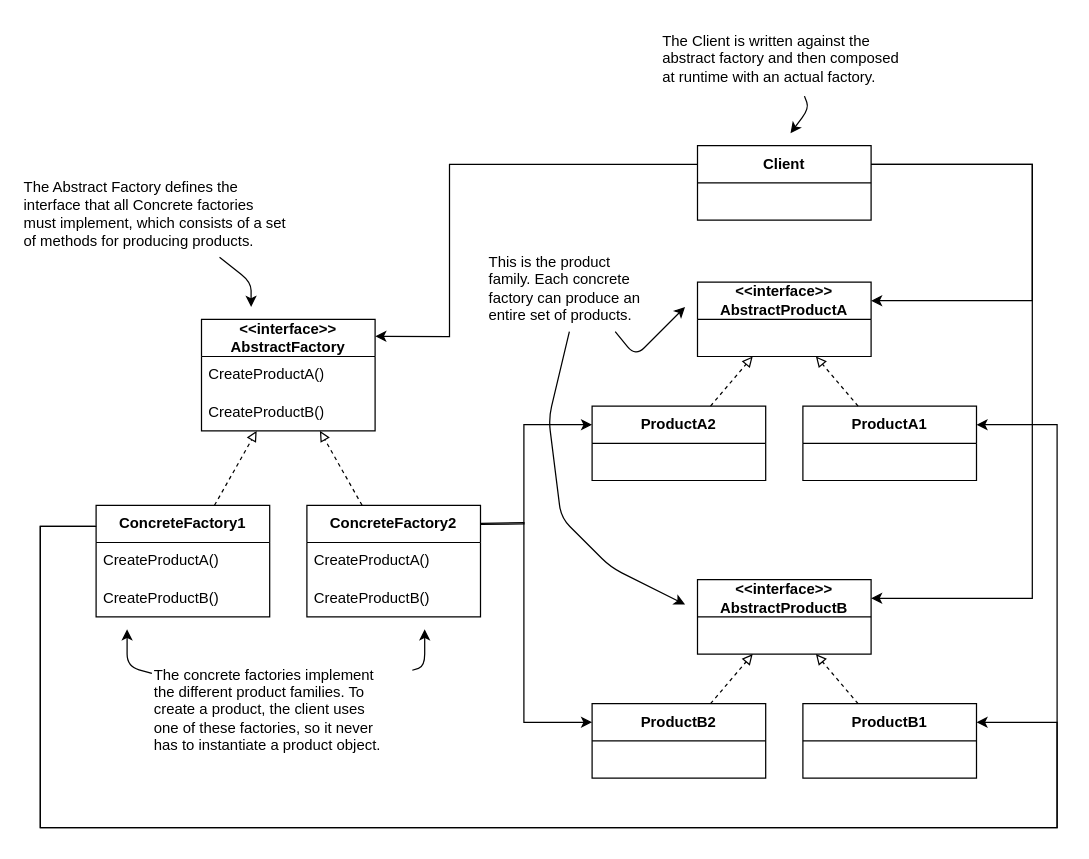
The draw.io diagram head-first-design-patterns/diagrams/04_05_abstract_factory_pattern.drawio in huyurt/book-summary, before the edit. Source tidied: cells renumbered, new cells numbered last; positions are measured from the earlier drawing's top-left corner, leaving out a move shared by most shapes. Both pictures are drawn from the tidied source at 124%, with x=0, y=0 at pixel (21, 21).
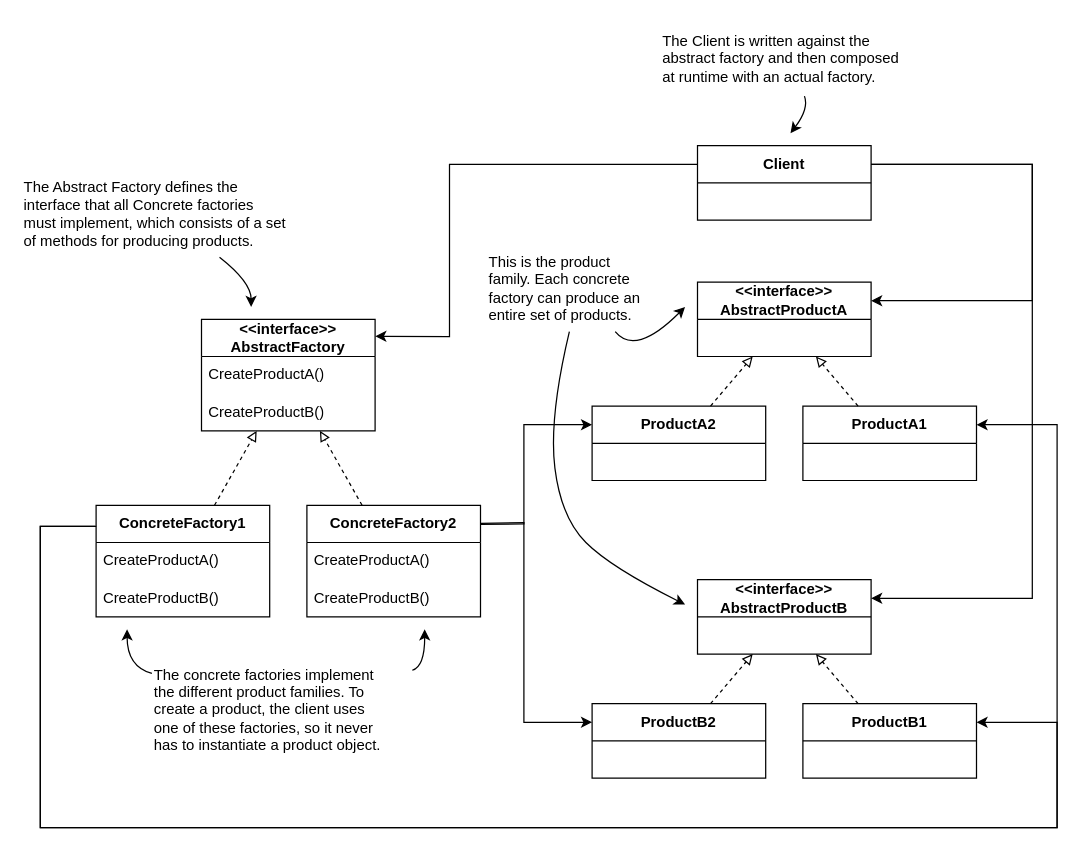
Above is the later version.

The change refers to these unchanged cells:
```xml
<mxCell id="31" value="&lt;div&gt;The Abstract Factory defines the&lt;/div&gt;&lt;div&gt;interface that all Concrete factories&lt;/div&gt;&lt;div&gt;must implement, which consists of a set&lt;/div&gt;&lt;div&gt;of methods for producing products.&lt;/div&gt;" style="text;html=1;align=left;verticalAlign=middle;points=[];strokeColor=none;fillColor=none;" parent="1" vertex="1">
  <mxGeometry y="120" width="230" height="70" as="geometry" />
</mxCell>
<mxCell id="33" value="&lt;div&gt;The Client is written against the&lt;/div&gt;&lt;div&gt;abstract factory and then composed&lt;/div&gt;&lt;div&gt;at runtime with an actual factory.&lt;/div&gt;" style="text;html=1;align=left;verticalAlign=middle;points=[];strokeColor=none;fillColor=none;" parent="1" vertex="1">
  <mxGeometry x="515" width="210" height="60" as="geometry" />
</mxCell>
<mxCell id="35" value="This is the product&#10;family. Each concrete&#10;factory can produce an&#10;entire set of products." style="text;html=1;align=left;verticalAlign=middle;points=[];strokeColor=none;fillColor=none;" parent="1" vertex="1">
  <mxGeometry x="375" y="180" width="150" height="70" as="geometry" />
</mxCell>
<mxCell id="38" value="&lt;div&gt;The concrete factories implement&lt;/div&gt;&lt;div&gt;the different product families. To&lt;/div&gt;&lt;div&gt;create a product, the client uses&lt;/div&gt;&lt;div&gt;one of these factories, so it never&lt;/div&gt;&lt;div&gt;has to instantiate a product object.&lt;/div&gt;" style="text;html=1;align=left;verticalAlign=middle;points=[];strokeColor=none;fillColor=none;" parent="1" vertex="1">
  <mxGeometry x="105" y="510" width="210" height="90" as="geometry" />
</mxCell>
```

Change to the diagram source:
```diff
@@
-    <mxCell id="32" style="endArrow=classic;html=1;rounded=1;" parent="1" edge="1" source="31">
+    <mxCell id="32" style="endArrow=classic;html=1;curved=1;" parent="1" edge="1" source="31">
       <mxGeometry relative="1" as="geometry">
         <mxPoint x="185" y="230" as="targetPoint" />
         <Array as="points">
           <mxPoint x="185" y="210" />
         </Array>
       </mxGeometry>
     </mxCell>
@@
-    <mxCell id="34" style="endArrow=classic;html=1;rounded=1;" parent="1" edge="1" source="33">
+    <mxCell id="34" style="endArrow=classic;html=1;curved=1;" parent="1" edge="1" source="33">
       <mxGeometry relative="1" as="geometry">
         <mxPoint x="620" y="90" as="targetPoint" />
         <Array as="points">
           <mxPoint x="635" y="70" />
         </Array>
       </mxGeometry>
     </mxCell>
@@
-    <mxCell id="36" style="endArrow=classic;html=1;rounded=1;" parent="1" edge="1" source="35">
+    <mxCell id="36" style="endArrow=classic;html=1;curved=1;" parent="1" edge="1" source="35">
       <mxGeometry relative="1" as="geometry">
         <mxPoint x="535" y="230" as="targetPoint" />
         <Array as="points">
           <mxPoint x="495" y="270" />
         </Array>
       </mxGeometry>
     </mxCell>
-    <mxCell id="37" style="endArrow=classic;html=1;rounded=1;" parent="1" edge="1" source="35">
+    <mxCell id="37" style="endArrow=classic;html=1;curved=1;" parent="1" edge="1" source="35">
       <mxGeometry relative="1" as="geometry">
         <mxPoint x="535" y="470" as="targetPoint" />
         <Array as="points">
           <mxPoint x="425" y="320" />
           <mxPoint x="435" y="400" />
           <mxPoint x="475" y="440" />
         </Array>
       </mxGeometry>
     </mxCell>
@@
-    <mxCell id="39" style="endArrow=classic;html=1;rounded=1;" parent="1" edge="1" source="38">
+    <mxCell id="39" style="endArrow=classic;html=1;curved=1;" parent="1" edge="1" source="38">
       <mxGeometry relative="1" as="geometry">
         <mxPoint x="85" y="490" as="targetPoint" />
         <Array as="points">
           <mxPoint x="85" y="520" />
         </Array>
       </mxGeometry>
     </mxCell>
-    <mxCell id="40" style="endArrow=classic;html=1;rounded=1;" parent="1" edge="1" source="38">
+    <mxCell id="40" style="endArrow=classic;html=1;curved=1;" parent="1" edge="1" source="38">
       <mxGeometry relative="1" as="geometry">
         <mxPoint x="325" y="490" as="targetPoint" />
         <Array as="points">
           <mxPoint x="325" y="520" />
         </Array>
       </mxGeometry>
     </mxCell>
```
